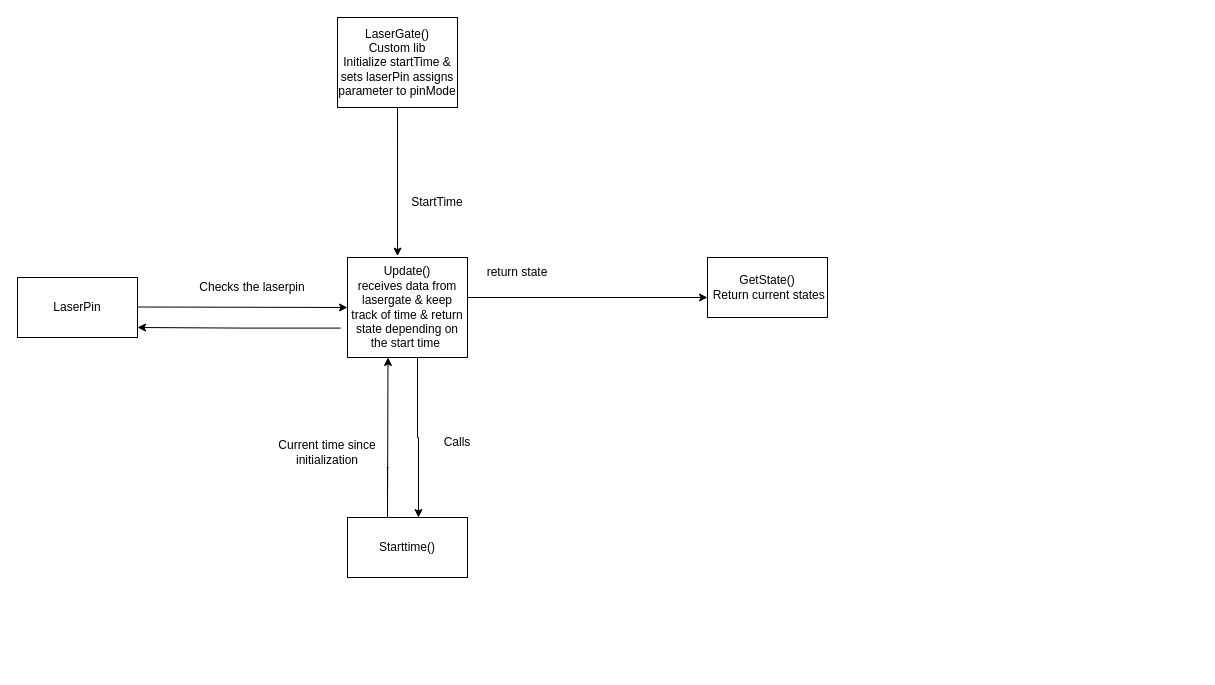
Above: Diagrams/Lasergate.drawio in Daniel-Git-Hub/ENGG3000_T6 (draw.io), before the change. Source tidied: cells renumbered, new cells numbered last; positions are measured from the earlier drawing's top-left corner, leaving out a move shared by most shapes. Both pictures are drawn from the tidied source at 100%, with x=0, y=0 at pixel (17, 17).
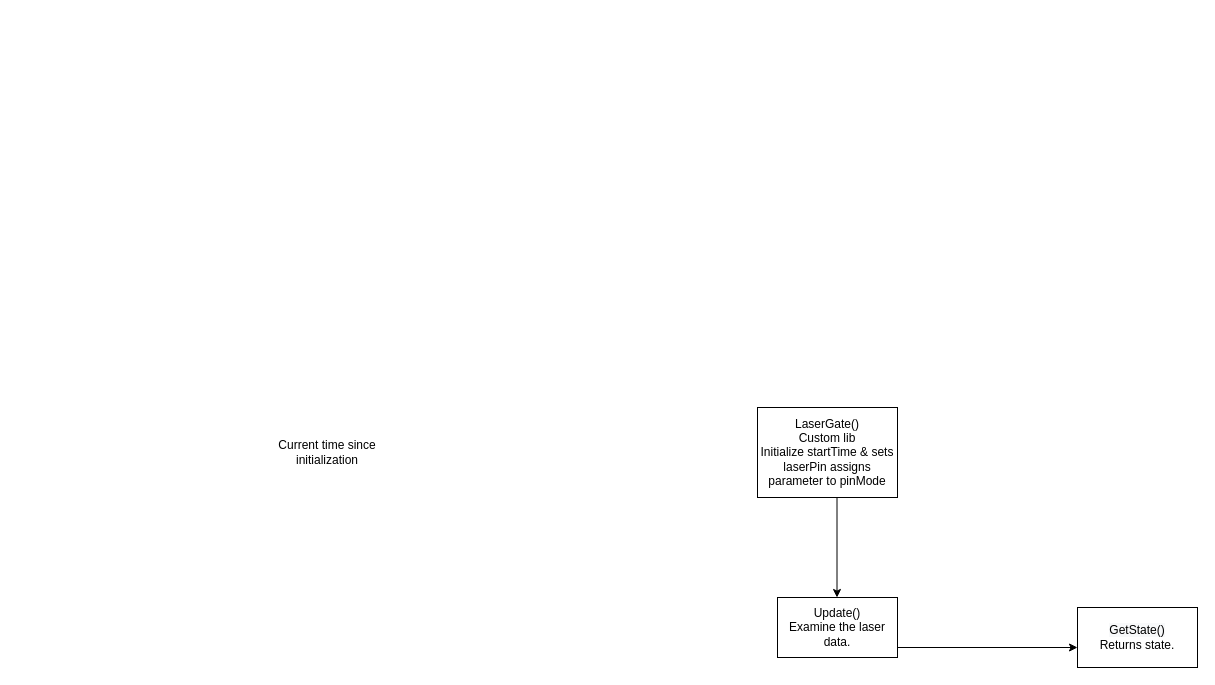
The same page after the edit.

Diff of the diagram source:
```diff
@@
+    <mxCell id="17" value="Current time since initialization" style="text;html=1;strokeColor=none;fillColor=none;align=center;verticalAlign=middle;whiteSpace=wrap;rounded=0;" parent="1" vertex="1">
+      <mxGeometry x="260" y="420" width="100" height="30" as="geometry" />
+    </mxCell>
     <mxCell id="2" value="LaserGate()&lt;br&gt;Custom lib&lt;br&gt;Initialize startTime &amp;amp; sets laserPin assigns parameter to pinMode" style="rounded=0;whiteSpace=wrap;html=1;" parent="1" vertex="1">
-      <mxGeometry x="320" width="120" height="90" as="geometry" />
+      <mxGeometry x="740" y="390" width="140" height="90" as="geometry" />
     </mxCell>
-    <mxCell id="3" value="Update()&lt;br&gt;receives data from lasergate &amp;amp; keep track of time &amp;amp; return state depending on the start time&amp;nbsp;" style="rounded=0;whiteSpace=wrap;html=1;" parent="1" vertex="1">
-      <mxGeometry x="330" y="240" width="120" height="100" as="geometry" />
-    </mxCell>
-    <mxCell id="4" value="GetState()&lt;br&gt;&amp;nbsp;Return current states" style="rounded=0;whiteSpace=wrap;html=1;" parent="1" vertex="1">
-      <mxGeometry x="690" y="240" width="120" height="60" as="geometry" />
-    </mxCell>
-    <mxCell id="5" style="edgeStyle=segmentEdgeStyle;endArrow=classic;html=1;rounded=0;entryX=0.417;entryY=-0.014;entryDx=0;entryDy=0;entryPerimeter=0;" parent="1" edge="1" target="3">
-      <mxGeometry relative="1" as="geometry">
-        <mxPoint x="320" y="90" as="sourcePoint" />
-      </mxGeometry>
-    </mxCell>
-    <mxCell id="6" style="edgeStyle=segmentEdgeStyle;endArrow=classic;html=1;rounded=0;" parent="1" edge="1">
-      <mxGeometry relative="1" as="geometry">
-        <mxPoint x="450" y="280" as="sourcePoint" />
-        <mxPoint x="690" y="280" as="targetPoint" />
-      </mxGeometry>
-    </mxCell>
-    <mxCell id="7" value="StartTime" style="text;html=1;strokeColor=none;fillColor=none;align=center;verticalAlign=middle;whiteSpace=wrap;rounded=0;" parent="1" vertex="1">
-      <mxGeometry x="390" y="170" width="60" height="30" as="geometry" />
-    </mxCell>
-    <mxCell id="8" value="return state" style="text;html=1;strokeColor=none;fillColor=none;align=center;verticalAlign=middle;whiteSpace=wrap;rounded=0;" parent="1" vertex="1">
-      <mxGeometry x="450" y="240" width="100" height="30" as="geometry" />
-    </mxCell>
-    <mxCell id="9" value="Starttime()" style="rounded=0;whiteSpace=wrap;html=1;" parent="1" vertex="1">
-      <mxGeometry x="330" y="500" width="120" height="60" as="geometry" />
-    </mxCell>
-    <mxCell id="10" value="Calls" style="text;html=1;strokeColor=none;fillColor=none;align=center;verticalAlign=middle;whiteSpace=wrap;rounded=0;" parent="1" vertex="1">
-      <mxGeometry x="410" y="410" width="60" height="30" as="geometry" />
-    </mxCell>
-    <mxCell id="11" style="endArrow=classic;html=1;rounded=0;edgeStyle=orthogonalEdgeStyle;" parent="1" edge="1">
-      <mxGeometry relative="1" as="geometry">
-        <mxPoint x="371" y="450" as="sourcePoint" />
-        <mxPoint x="370.5" y="340" as="targetPoint" />
-        <Array as="points">
-          <mxPoint x="370" y="500" />
-          <mxPoint x="370" y="500" />
-        </Array>
-      </mxGeometry>
-    </mxCell>
-    <mxCell id="12" style="endArrow=classic;html=1;rounded=0;edgeStyle=orthogonalEdgeStyle;" parent="1" edge="1">
-      <mxGeometry relative="1" as="geometry">
-        <mxPoint x="401" y="340" as="sourcePoint" />
-        <mxPoint x="401" y="500" as="targetPoint" />
-        <Array as="points">
-          <mxPoint x="400" y="420" />
-          <mxPoint x="401" y="420" />
-        </Array>
-      </mxGeometry>
-    </mxCell>
-    <mxCell id="13" value="LaserPin" style="rounded=0;whiteSpace=wrap;html=1;" parent="1" vertex="1">
-      <mxGeometry y="260" width="120" height="60" as="geometry" />
-    </mxCell>
-    <mxCell id="14" style="endArrow=classic;html=1;rounded=0;edgeStyle=orthogonalEdgeStyle;entryX=0;entryY=0.5;entryDx=0;entryDy=0;" parent="1" edge="1" target="3">
-      <mxGeometry relative="1" as="geometry">
-        <mxPoint x="120" y="289.5" as="sourcePoint" />
-      </mxGeometry>
-    </mxCell>
-    <mxCell id="15" style="endArrow=classic;html=1;rounded=0;edgeStyle=orthogonalEdgeStyle;exitX=-0.057;exitY=0.706;exitDx=0;exitDy=0;exitPerimeter=0;" parent="1" edge="1" source="3">
-      <mxGeometry relative="1" as="geometry">
-        <mxPoint x="120" y="310" as="targetPoint" />
-      </mxGeometry>
-    </mxCell>
-    <mxCell id="16" value="Checks the laserpin" style="text;html=1;strokeColor=none;fillColor=none;align=center;verticalAlign=middle;whiteSpace=wrap;rounded=0;" parent="1" vertex="1">
-      <mxGeometry x="180" y="255" width="110" height="30" as="geometry" />
-    </mxCell>
-    <mxCell id="17" value="Current time since initialization" style="text;html=1;strokeColor=none;fillColor=none;align=center;verticalAlign=middle;whiteSpace=wrap;rounded=0;" parent="1" vertex="1">
-      <mxGeometry x="260" y="420" width="100" height="30" as="geometry" />
-    </mxCell>
+    <mxCell id="18" value="Update()&lt;br&gt;Examine the laser data." style="rounded=0;whiteSpace=wrap;html=1;" parent="1" vertex="1">
+      <mxGeometry x="760" y="580" width="120" height="60" as="geometry" />
+    </mxCell>
+    <mxCell id="19" value="&lt;span style=&quot;color: rgb(0 , 0 , 0) ; font-family: &amp;#34;helvetica&amp;#34; ; font-size: 12px ; font-style: normal ; font-weight: 400 ; letter-spacing: normal ; text-align: center ; text-indent: 0px ; text-transform: none ; word-spacing: 0px ; background-color: rgb(248 , 249 , 250) ; display: inline ; float: none&quot;&gt;GetState()&lt;br&gt;&lt;/span&gt;Returns state." style="rounded=0;whiteSpace=wrap;html=1;" parent="1" vertex="1">
+      <mxGeometry x="1060" y="590" width="120" height="60" as="geometry" />
+    </mxCell>
+    <mxCell id="20" style="endArrow=classic;html=1;rounded=0;edgeStyle=orthogonalEdgeStyle;" parent="1" edge="1">
+      <mxGeometry relative="1" as="geometry">
+        <mxPoint x="819.5" y="480" as="sourcePoint" />
+        <mxPoint x="819.5" y="580" as="targetPoint" />
+      </mxGeometry>
+    </mxCell>
+    <mxCell id="21" style="endArrow=classic;html=1;rounded=0;edgeStyle=orthogonalEdgeStyle;" parent="1" edge="1">
+      <mxGeometry relative="1" as="geometry">
+        <mxPoint x="880" y="630" as="sourcePoint" />
+        <mxPoint x="1060" y="630" as="targetPoint" />
+      </mxGeometry>
+    </mxCell>
```
